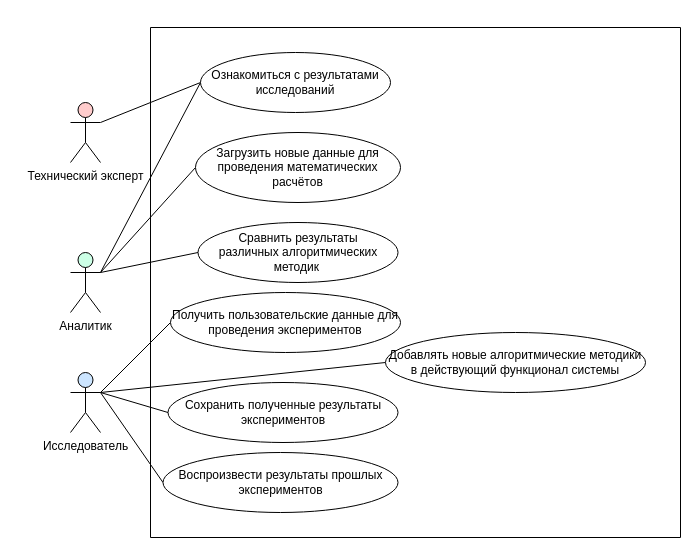
The draw.io diagram master/sources/diploma/analysis/diagrams/usecases/usecase.drawio in stalker-fc/diploma, before the edit. Source tidied: cells renumbered, new cells numbered last; positions are measured from the earlier drawing's top-left corner, leaving out a move shared by most shapes. Both pictures are drawn from the tidied source at 100%, with x=0, y=0 at pixel (70, 27).
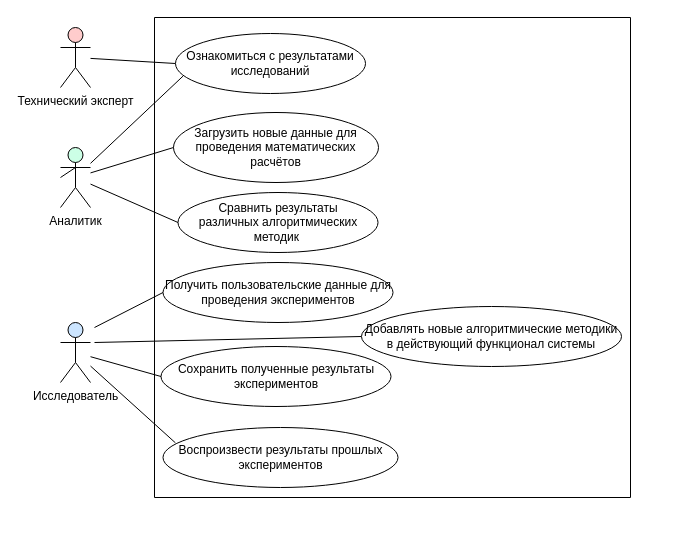
After the change.

What changed in the source:
```diff
@@
     <mxCell id="2" style="verticalLabelPosition=bottom;verticalAlign=top;html=1;shape=mxgraph.basic.rect;fillColor2=none;strokeWidth=1;size=20;indent=5;fillColor=default;strokeColor=default;" parent="1" vertex="1">
-      <mxGeometry x="80" width="530" height="510" as="geometry" />
+      <mxGeometry x="84" y="-10" width="476" height="480" as="geometry" />
     </mxCell>
-    <mxCell id="3" style="edgeStyle=none;rounded=0;jettySize=auto;html=1;exitX=1;exitY=0.3333333333333333;exitDx=0;exitDy=0;exitPerimeter=0;entryX=0;entryY=0.5;entryDx=0;entryDy=0;endArrow=none;endFill=0;" parent="1" edge="1" source="4" target="15">
+    <mxCell id="3" style="edgeStyle=none;rounded=0;jettySize=auto;html=1;endArrow=none;endFill=0;entryX=0;entryY=0.5;entryDx=0;entryDy=0;" parent="1" edge="1" source="4" target="15">
       <mxGeometry relative="1" as="geometry" />
     </mxCell>
-    <mxCell id="4" value="Аналитик" style="shape=umlActor;verticalLabelPosition=bottom;verticalAlign=top;html=1;fillColor=#CCFFE6;" parent="1" vertex="1">
-      <mxGeometry y="225" width="30" height="60" as="geometry" />
-    </mxCell>
-    <mxCell id="5" style="rounded=0;jettySize=auto;html=1;exitX=1;exitY=0.3333333333333333;exitDx=0;exitDy=0;exitPerimeter=0;entryX=0;entryY=0.5;entryDx=0;entryDy=0;endArrow=none;endFill=0;" parent="1" edge="1" source="8" target="18">
-      <mxGeometry relative="1" as="geometry" />
+    <mxCell id="5" style="rounded=0;orthogonalLoop=1;jettySize=auto;html=1;entryX=0;entryY=0.5;entryDx=0;entryDy=0;endArrow=none;endFill=0;" parent="1" edge="1">
+      <mxGeometry relative="1" as="geometry">
+        <mxPoint x="20" y="329.2" as="sourcePoint" />
+        <mxPoint x="90.5" y="349" as="targetPoint" />
+      </mxGeometry>
     </mxCell>
-    <mxCell id="6" style="edgeStyle=none;rounded=0;jettySize=auto;html=1;exitX=1;exitY=0.3333333333333333;exitDx=0;exitDy=0;exitPerimeter=0;entryX=0;entryY=0.5;entryDx=0;entryDy=0;endArrow=none;endFill=0;" parent="1" edge="1" source="8" target="19">
-      <mxGeometry relative="1" as="geometry" />
+    <mxCell id="6" style="edgeStyle=none;rounded=0;jettySize=auto;html=1;entryX=0;entryY=0.5;entryDx=0;entryDy=0;endArrow=none;endFill=0;" parent="1" edge="1" target="19">
+      <mxGeometry relative="1" as="geometry">
+        <mxPoint x="24" y="315" as="sourcePoint" />
+      </mxGeometry>
     </mxCell>
-    <mxCell id="7" style="edgeStyle=none;rounded=0;jettySize=auto;html=1;exitX=1;exitY=0.3333333333333333;exitDx=0;exitDy=0;exitPerimeter=0;entryX=0;entryY=0.5;entryDx=0;entryDy=0;endArrow=none;endFill=0;" parent="1" edge="1" source="8" target="20">
+    <mxCell id="7" style="edgeStyle=none;rounded=0;jettySize=auto;html=1;entryX=0.053;entryY=0.256;entryDx=0;entryDy=0;endArrow=none;endFill=0;entryPerimeter=0;" parent="1" edge="1" source="8" target="20">
       <mxGeometry relative="1" as="geometry" />
     </mxCell>
-    <mxCell id="8" value="Исследователь" style="shape=umlActor;verticalLabelPosition=bottom;verticalAlign=top;html=1;fillColor=#CCE5FF;" parent="1" vertex="1">
-      <mxGeometry y="345" width="30" height="60" as="geometry" />
-    </mxCell>
     <mxCell id="9" value="Технический эксперт" style="shape=umlActor;verticalLabelPosition=bottom;verticalAlign=top;html=1;fillColor=#FFCCCC;" parent="1" vertex="1">
-      <mxGeometry y="75" width="30" height="60" as="geometry" />
+      <mxGeometry x="-10" width="30" height="60" as="geometry" />
     </mxCell>
-    <mxCell id="10" style="edgeStyle=none;rounded=0;jettySize=auto;html=1;exitX=0;exitY=0.5;exitDx=0;exitDy=0;endArrow=none;endFill=0;" parent="1" edge="1" source="12">
-      <mxGeometry relative="1" as="geometry">
-        <mxPoint x="30" y="245" as="targetPoint" />
-      </mxGeometry>
+    <mxCell id="10" style="edgeStyle=none;rounded=0;jettySize=auto;html=1;exitX=0.041;exitY=0.706;exitDx=0;exitDy=0;endArrow=none;endFill=0;exitPerimeter=0;" parent="1" edge="1" source="12" target="4">
+      <mxGeometry relative="1" as="geometry" />
     </mxCell>
-    <mxCell id="11" style="edgeStyle=none;rounded=0;jettySize=auto;html=1;exitX=0;exitY=0.5;exitDx=0;exitDy=0;entryX=1;entryY=0.3333333333333333;entryDx=0;entryDy=0;entryPerimeter=0;endArrow=none;endFill=0;" parent="1" edge="1" source="12" target="9">
+    <mxCell id="11" style="edgeStyle=none;rounded=0;jettySize=auto;html=1;exitX=0;exitY=0.5;exitDx=0;exitDy=0;endArrow=none;endFill=0;" parent="1" edge="1" source="12" target="9">
       <mxGeometry relative="1" as="geometry" />
     </mxCell>
     <mxCell id="12" value="Ознакомиться с результатами исследований" style="ellipse;whiteSpace=wrap;html=1;fillColor=#FFFFFF;" parent="1" vertex="1">
-      <mxGeometry x="130" y="25" width="190" height="60" as="geometry" />
+      <mxGeometry x="105" y="6" width="190" height="60" as="geometry" />
     </mxCell>
-    <mxCell id="13" style="edgeStyle=none;rounded=0;jettySize=auto;html=1;exitX=0;exitY=0.5;exitDx=0;exitDy=0;entryX=1;entryY=0.3333333333333333;entryDx=0;entryDy=0;entryPerimeter=0;endArrow=none;endFill=0;" parent="1" edge="1" source="14" target="4">
-      <mxGeometry relative="1" as="geometry" />
+    <mxCell id="13" style="edgeStyle=none;rounded=0;jettySize=auto;html=1;exitX=0;exitY=0.5;exitDx=0;exitDy=0;endArrow=none;endFill=0;startArrow=none;" parent="1" edge="1" source="4">
+      <mxGeometry relative="1" as="geometry">
+        <mxPoint x="5" y="140" as="targetPoint" />
+      </mxGeometry>
     </mxCell>
     <mxCell id="14" value="Загрузить новые данные для проведения математических расчётов" style="ellipse;whiteSpace=wrap;html=1;fillColor=#FFFFFF;" parent="1" vertex="1">
-      <mxGeometry x="125" y="105" width="205" height="70" as="geometry" />
+      <mxGeometry x="103" y="85" width="205" height="70" as="geometry" />
     </mxCell>
     <mxCell id="15" value="Сравнить результаты&lt;br&gt;различных алгоритмических методик&amp;nbsp;" style="ellipse;whiteSpace=wrap;html=1;fillColor=#FFFFFF;" parent="1" vertex="1">
-      <mxGeometry x="127.5" y="195" width="200" height="60" as="geometry" />
+      <mxGeometry x="107.5" y="165" width="200" height="60" as="geometry" />
     </mxCell>
-    <mxCell id="16" style="edgeStyle=none;rounded=0;jettySize=auto;html=1;exitX=0;exitY=0.5;exitDx=0;exitDy=0;endArrow=none;endFill=0;" parent="1" edge="1" source="17">
-      <mxGeometry relative="1" as="geometry">
-        <mxPoint x="30" y="365" as="targetPoint" />
-      </mxGeometry>
-    </mxCell>
     <mxCell id="17" value="Получить пользовательские данные для проведения экспериментов" style="ellipse;whiteSpace=wrap;html=1;fillColor=#FFFFFF;" parent="1" vertex="1">
-      <mxGeometry x="100" y="265" width="230" height="60" as="geometry" />
+      <mxGeometry x="92.5" y="235" width="230" height="60" as="geometry" />
     </mxCell>
     <mxCell id="18" value="Сохранить полученные результаты экспериментов" style="ellipse;whiteSpace=wrap;html=1;fillColor=#FFFFFF;" parent="1" vertex="1">
-      <mxGeometry x="97.5" y="355" width="230" height="60" as="geometry" />
+      <mxGeometry x="90.5" y="319" width="230" height="60" as="geometry" />
     </mxCell>
     <mxCell id="19" value="Добавлять новые алгоритмические методики в действующий функционал системы" style="ellipse;whiteSpace=wrap;html=1;fillColor=#FFFFFF;" parent="1" vertex="1">
-      <mxGeometry x="315" y="305" width="260" height="60" as="geometry" />
+      <mxGeometry x="291" y="279" width="260" height="60" as="geometry" />
     </mxCell>
     <mxCell id="20" value="Воспроизвести результаты прошлых экспериментов" style="ellipse;whiteSpace=wrap;html=1;fillColor=#FFFFFF;" parent="1" vertex="1">
-      <mxGeometry x="92.5" y="425" width="235" height="60" as="geometry" />
+      <mxGeometry x="92.5" y="400" width="235" height="60" as="geometry" />
     </mxCell>
+    <mxCell id="4" value="Аналитик" style="shape=umlActor;verticalLabelPosition=bottom;verticalAlign=top;html=1;fillColor=#CCFFE6;" parent="1" vertex="1">
+      <mxGeometry x="-10" y="120" width="30" height="60" as="geometry" />
+    </mxCell>
+    <mxCell id="21" style="edgeStyle=none;rounded=0;jettySize=auto;html=1;exitX=0;exitY=0.5;exitDx=0;exitDy=0;endArrow=none;endFill=0;" parent="1" edge="1" source="14" target="4">
+      <mxGeometry relative="1" as="geometry" />
+    </mxCell>
+    <mxCell id="8" value="Исследователь" style="shape=umlActor;verticalLabelPosition=bottom;verticalAlign=top;html=1;fillColor=#CCE5FF;" parent="1" vertex="1">
+      <mxGeometry x="-10" y="295" width="30" height="60" as="geometry" />
+    </mxCell>
+    <mxCell id="22" style="edgeStyle=none;rounded=0;jettySize=auto;html=1;exitX=0;exitY=0.5;exitDx=0;exitDy=0;endArrow=none;endFill=0;" parent="1" edge="1" source="17">
+      <mxGeometry relative="1" as="geometry">
+        <mxPoint x="24" y="300" as="targetPoint" />
+      </mxGeometry>
+    </mxCell>
```
